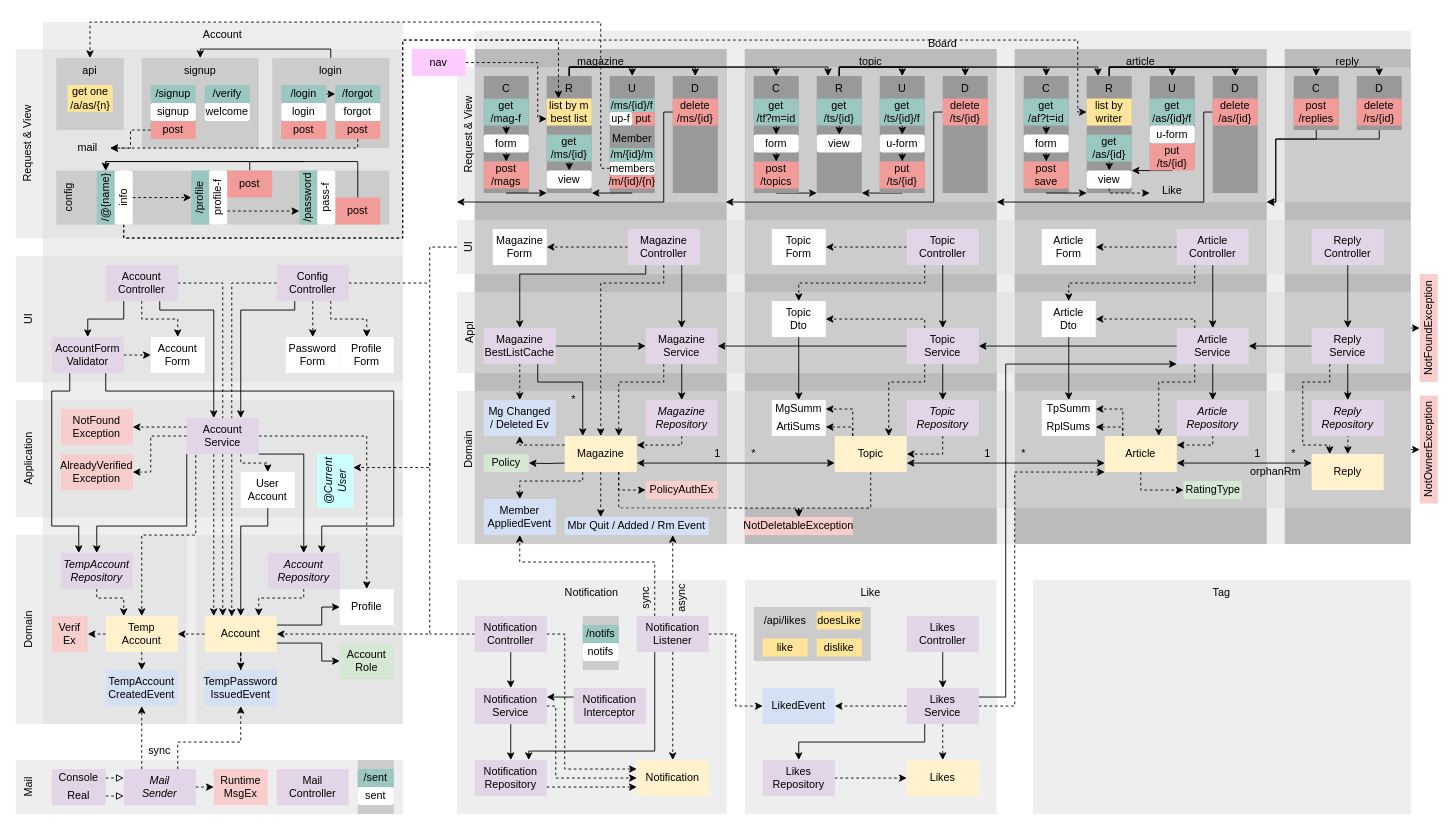
The draw.io diagram diagram.drawio in suloginscene/dinner, before the edit. Source tidied: cells renumbered, new cells numbered last; positions are measured from the earlier drawing's top-left corner, leaving out a move shared by most shapes. Both pictures are drawn from the tidied source at 90%, with x=0, y=0 at pixel (15, 22).
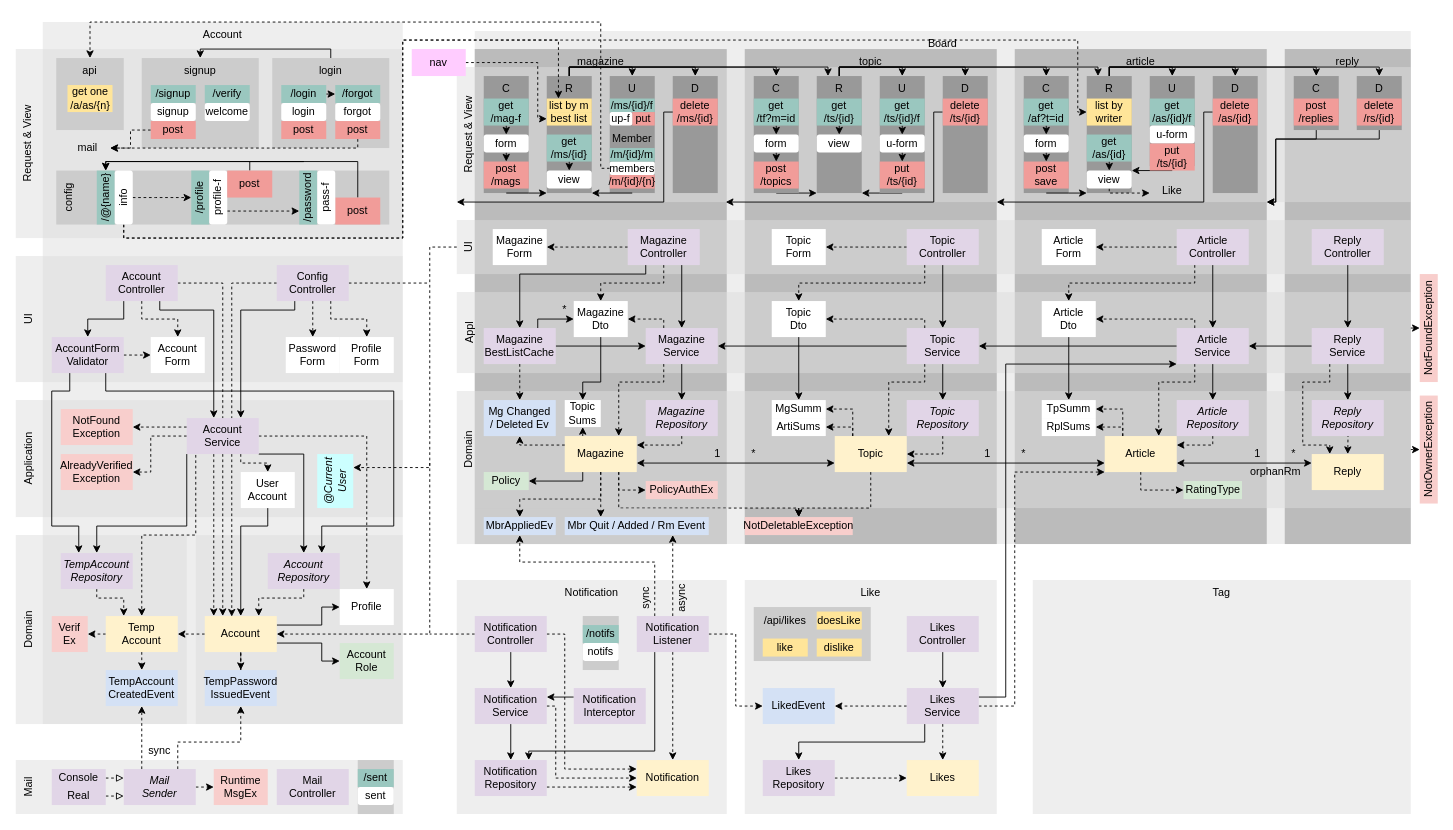
Above is the later version.

Unchanged cells that the change refers to:
```xml
<mxCell id="77" value="Magazine&lt;br&gt;Controller" style="rounded=0;whiteSpace=wrap;html=1;strokeColor=none;fillColor=#E1D5E7;" parent="1" vertex="1">
  <mxGeometry x="680" y="230" width="80" height="40" as="geometry" />
</mxCell>
<mxCell id="99" value="Magazine&lt;br&gt;Service" style="rounded=0;whiteSpace=wrap;html=1;strokeColor=none;fillColor=#E1D5E7;" parent="1" vertex="1">
  <mxGeometry x="700" y="340" width="80" height="40" as="geometry" />
</mxCell>
<mxCell id="105" value="Magazine" style="rounded=0;whiteSpace=wrap;html=1;strokeColor=none;fillColor=#FFF2CC;" parent="1" vertex="1">
  <mxGeometry x="610" y="460" width="80" height="40" as="geometry" />
</mxCell>
<mxCell id="255" value="Magazine&lt;br&gt;BestListCache" style="rounded=0;whiteSpace=wrap;html=1;strokeColor=none;fillColor=#E1D5E7;" parent="1" vertex="1">
  <mxGeometry x="520" y="340" width="80" height="40" as="geometry" />
</mxCell>
```

What changed in the source:
```diff
@@
+    <mxCell id="348" style="edgeStyle=orthogonalEdgeStyle;rounded=0;jettySize=auto;html=1;exitX=0.5;exitY=1;exitDx=0;exitDy=0;entryX=0.5;entryY=0;entryDx=0;entryDy=0;dashed=1;" parent="1" edge="1" source="77" target="353">
+      <mxGeometry relative="1" as="geometry" />
+    </mxCell>
@@
+    <mxCell id="349" style="edgeStyle=orthogonalEdgeStyle;rounded=0;jettySize=auto;html=1;exitX=0.25;exitY=0;exitDx=0;exitDy=0;entryX=1;entryY=0.5;entryDx=0;entryDy=0;dashed=1;" parent="1" edge="1" source="99" target="353">
+      <mxGeometry relative="1" as="geometry">
+        <Array as="points">
+          <mxPoint x="720" y="330" />
+        </Array>
+      </mxGeometry>
+    </mxCell>
@@
-    <mxCell id="102" style="edgeStyle=orthogonalEdgeStyle;rounded=0;jettySize=auto;html=1;entryX=1;entryY=0.5;entryDx=0;entryDy=0;startArrow=none;startFill=0;" parent="1" edge="1" target="106">
+    <mxCell id="102" style="edgeStyle=orthogonalEdgeStyle;rounded=0;jettySize=auto;html=1;entryX=1;entryY=0.5;entryDx=0;entryDy=0;startArrow=none;startFill=0;exitX=0.25;exitY=1;exitDx=0;exitDy=0;" parent="1" edge="1" source="105" target="106">
       <mxGeometry relative="1" as="geometry">
-        <mxPoint x="610" y="490" as="sourcePoint" />
+        <Array as="points">
+          <mxPoint x="630" y="510" />
+        </Array>
       </mxGeometry>
     </mxCell>
@@
+    <mxCell id="350" style="edgeStyle=orthogonalEdgeStyle;rounded=0;jettySize=auto;html=1;exitX=0.25;exitY=0;exitDx=0;exitDy=0;entryX=0.5;entryY=1;entryDx=0;entryDy=0;dashed=1;" parent="1" edge="1" source="105" target="354">
+      <mxGeometry relative="1" as="geometry" />
+    </mxCell>
@@
     <mxCell id="106" value="Policy" style="rounded=0;whiteSpace=wrap;html=1;strokeColor=none;fillColor=#D5E8D4;" parent="1" vertex="1">
-      <mxGeometry x="520" y="480" width="50" height="20" as="geometry" />
+      <mxGeometry x="520" y="500" width="50" height="20" as="geometry" />
     </mxCell>
@@
+    <mxCell id="351" style="edgeStyle=orthogonalEdgeStyle;rounded=0;jettySize=auto;html=1;exitX=0.75;exitY=0;exitDx=0;exitDy=0;entryX=0;entryY=0.5;entryDx=0;entryDy=0;" parent="1" edge="1" source="255" target="353">
+      <mxGeometry relative="1" as="geometry">
+        <Array as="points">
+          <mxPoint x="580" y="330" />
+        </Array>
+      </mxGeometry>
+    </mxCell>
@@
     <mxCell id="256" value="*" style="rounded=1;whiteSpace=wrap;html=1;strokeColor=none;fillColor=none;" parent="1" vertex="1">
-      <mxGeometry x="610" y="410" width="20" height="20" as="geometry" />
+      <mxGeometry x="600" y="310" width="20" height="20" as="geometry" />
     </mxCell>
@@
-    <mxCell id="281" style="edgeStyle=orthogonalEdgeStyle;rounded=0;jettySize=auto;html=1;exitX=0.5;exitY=1;exitDx=0;exitDy=0;entryX=0.5;entryY=0;entryDx=0;entryDy=0;dashed=1;" parent="1" edge="1" source="77" target="105">
-      <mxGeometry relative="1" as="geometry">
-        <Array as="points">
-          <mxPoint x="720" y="290" />
-          <mxPoint x="650" y="290" />
-        </Array>
-      </mxGeometry>
-    </mxCell>
-    <mxCell id="282" style="edgeStyle=orthogonalEdgeStyle;rounded=0;jettySize=auto;html=1;exitX=0.75;exitY=1;exitDx=0;exitDy=0;entryX=0.25;entryY=0;entryDx=0;entryDy=0;" parent="1" edge="1" source="255" target="105">
-      <mxGeometry relative="1" as="geometry">
-        <Array as="points">
-          <mxPoint x="580" y="400" />
-          <mxPoint x="630" y="400" />
-        </Array>
-      </mxGeometry>
-    </mxCell>
@@
-    <mxCell id="284" value="Member&lt;br&gt;AppliedEvent" style="rounded=0;whiteSpace=wrap;html=1;strokeColor=none;fillColor=#D4E1F5;" parent="1" vertex="1">
-      <mxGeometry x="520" y="530" width="80" height="40" as="geometry" />
+    <mxCell id="284" value="MbrAppliedEv" style="rounded=0;whiteSpace=wrap;html=1;strokeColor=none;fillColor=#D4E1F5;" parent="1" vertex="1">
+      <mxGeometry x="520" y="550" width="80" height="20" as="geometry" />
     </mxCell>
@@
-    <mxCell id="335" style="edgeStyle=orthogonalEdgeStyle;rounded=0;jettySize=auto;html=1;exitX=0.25;exitY=1;exitDx=0;exitDy=0;dashed=1;entryX=0.5;entryY=0;entryDx=0;entryDy=0;" parent="1" edge="1" source="105" target="284">
+    <mxCell id="335" style="edgeStyle=orthogonalEdgeStyle;rounded=0;jettySize=auto;html=1;exitX=0.5;exitY=1;exitDx=0;exitDy=0;dashed=1;entryX=0.5;entryY=0;entryDx=0;entryDy=0;" parent="1" edge="1" source="105" target="284">
       <mxGeometry relative="1" as="geometry">
         <Array as="points">
-          <mxPoint x="630" y="510" />
-          <mxPoint x="560" y="510" />
+          <mxPoint x="650" y="530" />
+          <mxPoint x="560" y="530" />
         </Array>
       </mxGeometry>
     </mxCell>
@@
+    <mxCell id="352" style="edgeStyle=orthogonalEdgeStyle;rounded=0;jettySize=auto;html=1;exitX=0.5;exitY=1;exitDx=0;exitDy=0;" parent="1" edge="1" source="353" target="354">
+      <mxGeometry relative="1" as="geometry">
+        <Array as="points">
+          <mxPoint x="650" y="400" />
+          <mxPoint x="630" y="400" />
+        </Array>
+      </mxGeometry>
+    </mxCell>
+    <mxCell id="353" value="Magazine&lt;br&gt;Dto" style="rounded=0;whiteSpace=wrap;html=1;strokeColor=none;" parent="1" vertex="1">
+      <mxGeometry x="620" y="310" width="60" height="40" as="geometry" />
+    </mxCell>
+    <mxCell id="354" value="Topic&lt;br&gt;Sums" style="rounded=0;whiteSpace=wrap;html=1;strokeColor=none;" parent="1" vertex="1">
+      <mxGeometry x="610" y="420" width="40" height="30" as="geometry" />
+    </mxCell>
```
